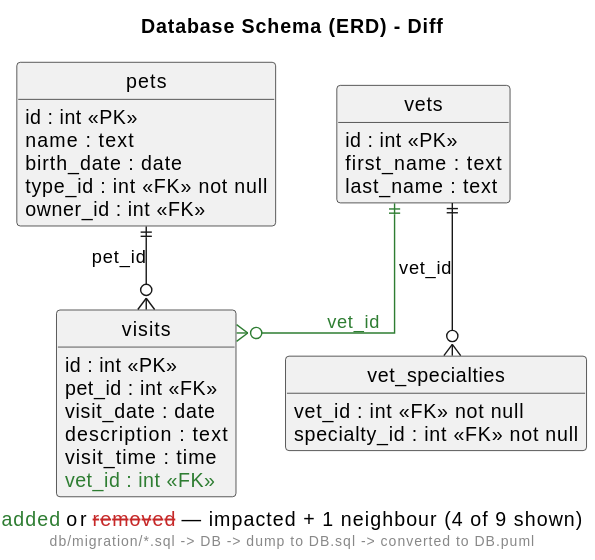
The PlantUML diagram demo/petclinic-visit-vet/assets/diagrams/petclinic-backend_docs_generated_DB.diff.focus1.svg in victorrentea/human-review, before a commit. Source of this version:
```plantuml
@startuml
caption <color:#2E7D32>added</color> or <color:#C62828><s>removed</s></color> — impacted + 1 neighbour (4 of 9 shown)

title Database Schema (ERD) - Diff
footer db/migration/*.sql -> DB -> dump to DB.sql -> converted to DB.puml
hide circle
hide empty members
skinparam linetype ortho
entity "pets" as pets {
  {field} id : int <<PK>>
  {field} name : text
  {field} birth_date : date
  {field} type_id : int <<FK>> not null
  {field} owner_id : int <<FK>>
}
entity "vet_specialties" as vet_specialties {
  {field} vet_id : int <<FK>> not null
  {field} specialty_id : int <<FK>> not null
}
entity "vets" as vets {
  {field} id : int <<PK>>
  {field} first_name : text
  {field} last_name : text
}
entity "visits" as visits {
  {field} id : int <<PK>>
  {field} pet_id : int <<FK>>
  {field} visit_date : date
  {field} description : text
  {field} visit_time : time
  <color:#2E7D32>{field} vet_id : int <<FK>></color>
}

pets ||--o{ visits : pet_id
vets ||--o{ vet_specialties : vet_id
vets ||-[#2E7D32]-o{ visits : <color:#2E7D32>vet_id</color>
@enduml
```
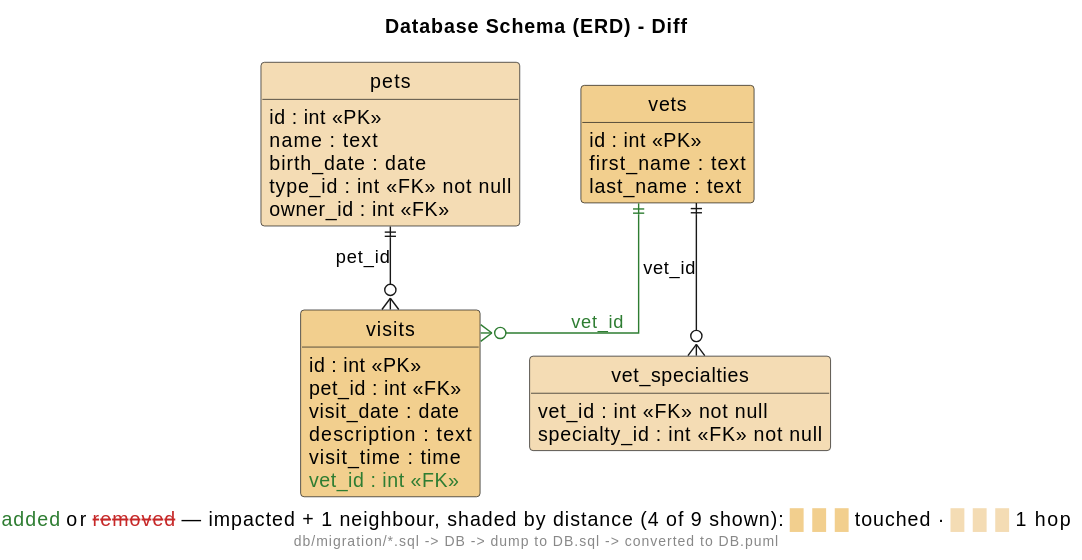
Later version of the same file.

The edit, as a diff of the source:
```diff
@@ -1,28 +1,28 @@
 @startuml
-caption <color:#2E7D32>added</color> or <color:#C62828><s>removed</s></color> — impacted + 1 neighbour (4 of 9 shown)
+caption <color:#2E7D32>added</color> or <color:#C62828><s>removed</s></color> — impacted + 1 neighbour, shaded by distance (4 of 9 shown): <color:#F2CF8E>███</color> touched · <color:#F4DCB4>███</color> 1 hop
 
 title Database Schema (ERD) - Diff
 footer db/migration/*.sql -> DB -> dump to DB.sql -> converted to DB.puml
 hide circle
 hide empty members
 skinparam linetype ortho
-entity "pets" as pets {
+entity "pets" as pets #back:F4DCB4 {
   {field} id : int <<PK>>
   {field} name : text
   {field} birth_date : date
   {field} type_id : int <<FK>> not null
   {field} owner_id : int <<FK>>
 }
-entity "vet_specialties" as vet_specialties {
+entity "vet_specialties" as vet_specialties #back:F4DCB4 {
   {field} vet_id : int <<FK>> not null
   {field} specialty_id : int <<FK>> not null
 }
-entity "vets" as vets {
+entity "vets" as vets #back:F2CF8E {
   {field} id : int <<PK>>
   {field} first_name : text
   {field} last_name : text
 }
-entity "visits" as visits {
+entity "visits" as visits #back:F2CF8E {
   {field} id : int <<PK>>
   {field} pet_id : int <<FK>>
   {field} visit_date : date
```
